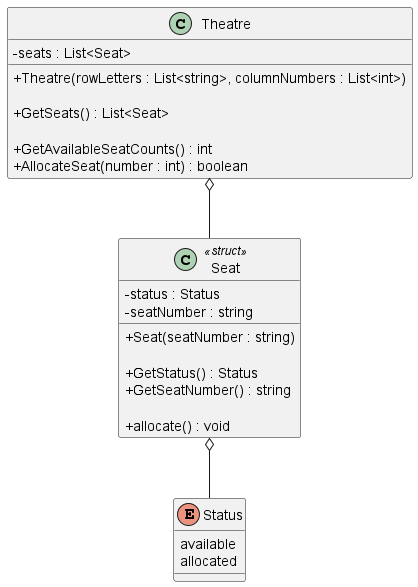
Above: diagrams/cinnamon cinemas.png in iamfranco/CinnamonCinemasChallenge (PlantUML), before the change.
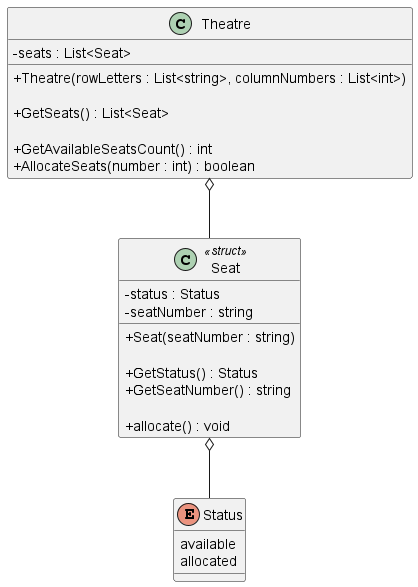
The same file after the commit.

Commit message:
UML: rename methods for correct plural placement

Change to the diagram source:
```diff
@@ -8,8 +8,8 @@
 
     + GetSeats() : List<Seat>
 
-    + GetAvailableSeatCounts() : int
-    + AllocateSeat(number : int) : boolean
+    + GetAvailableSeatsCount() : int
+    + AllocateSeats(number : int) : boolean
 }
 
 class Seat <<struct>> {
```
